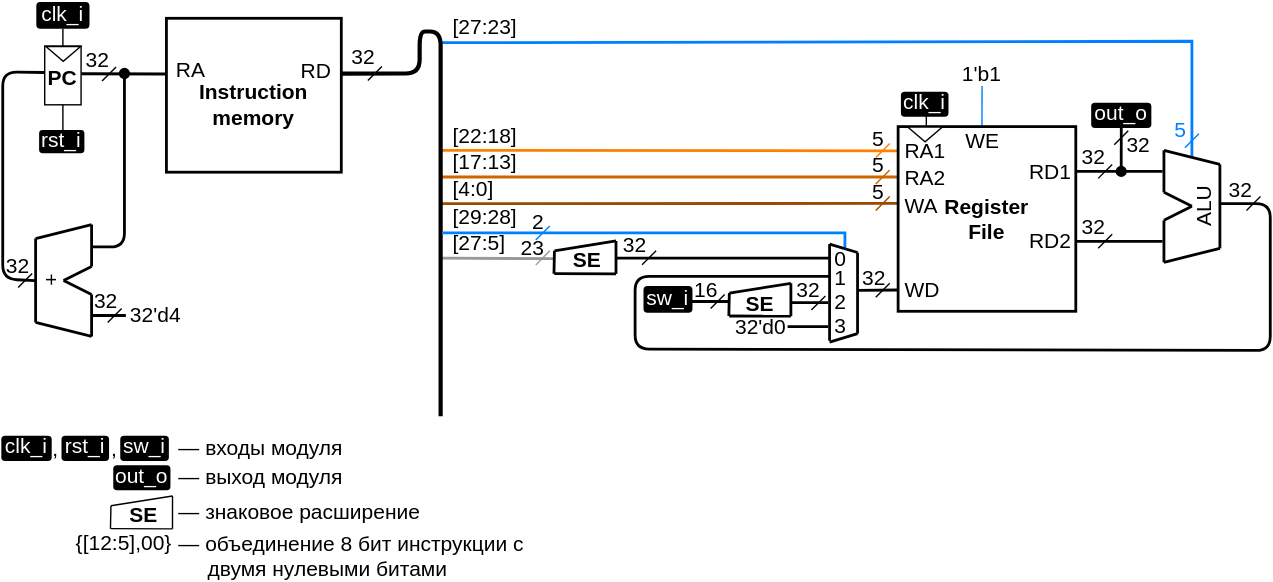
Earlier version of the draw.io export .pic/Labs/lab_04_cybercobra/ppd_3.drawio.svg (MPSU/APS). Source tidied: cells renumbered, new cells last; positions are measured from the earlier drawing's top-left corner, leaving out a move shared by most shapes.
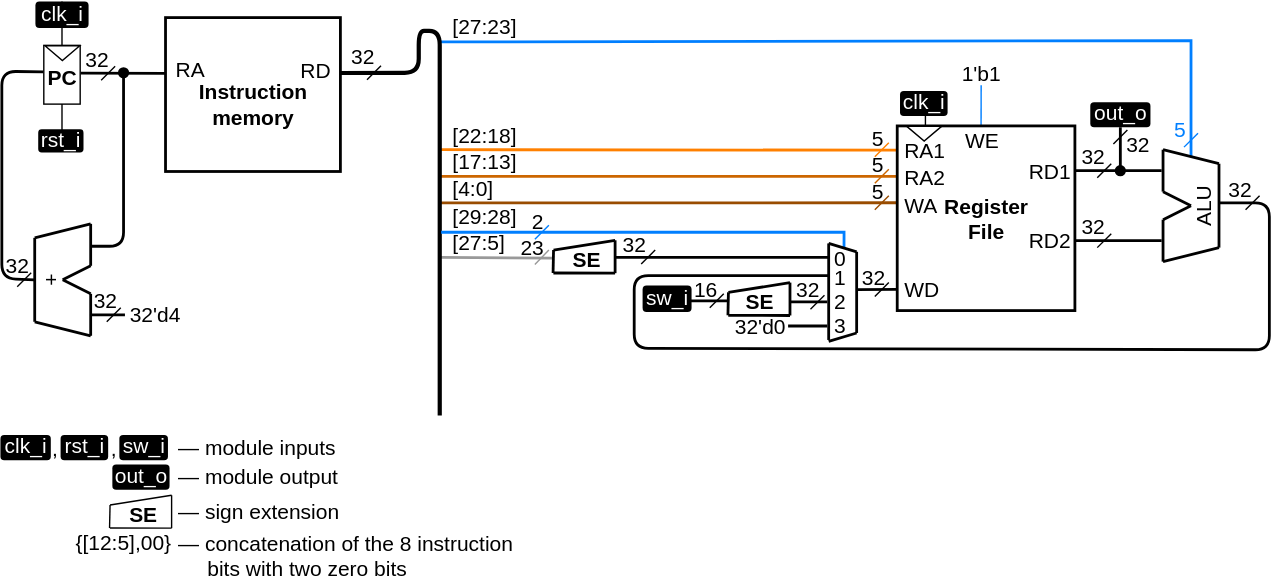
After the commit.

Change to the diagram source:
```diff
@@ -309,13 +309,13 @@
     <mxCell id="66" value="&lt;font style=&quot;font-size: 15px;&quot;&gt;,&lt;/font&gt;" style="text;html=1;strokeColor=none;fillColor=none;align=center;verticalAlign=middle;whiteSpace=wrap;rounded=0;spacing=0;fontSize=15;spacingTop=0;spacingBottom=0;" parent="1" vertex="1">
       <mxGeometry x="75" y="310" width="12" height="18" as="geometry" />
     </mxCell>
-    <mxCell id="67" value="— входы модуля" style="text;html=1;strokeColor=none;fillColor=none;align=left;verticalAlign=middle;whiteSpace=wrap;rounded=0;spacing=0;fontSize=15;" parent="1" vertex="1">
+    <mxCell id="67" value="— module inputs" style="text;html=1;strokeColor=none;fillColor=none;align=left;verticalAlign=middle;whiteSpace=wrap;rounded=0;spacing=0;fontSize=15;" parent="1" vertex="1">
       <mxGeometry x="126.5" y="309" width="126.5" height="18" as="geometry" />
     </mxCell>
     <mxCell id="68" value="&lt;font color=&quot;#ffffff&quot; style=&quot;font-size: 15px;&quot;&gt;out_o&lt;/font&gt;" style="text;html=1;strokeColor=none;fillColor=#000000;align=center;verticalAlign=middle;whiteSpace=wrap;rounded=1;fontSize=15;fontColor=#000000;comic=0;jiggle=0.5;spacingTop=0;spacingBottom=4;" parent="1" vertex="1">
       <mxGeometry x="80" y="331" width="40.9" height="18" as="geometry" />
     </mxCell>
-    <mxCell id="69" value="— выход модуля" style="text;html=1;strokeColor=none;fillColor=none;align=left;verticalAlign=middle;whiteSpace=wrap;rounded=0;spacing=0;fontSize=15;" parent="1" vertex="1">
+    <mxCell id="69" value="— module output" style="text;html=1;strokeColor=none;fillColor=none;align=left;verticalAlign=middle;whiteSpace=wrap;rounded=0;spacing=0;fontSize=15;" parent="1" vertex="1">
       <mxGeometry x="126.5" y="330" width="156.5" height="18" as="geometry" />
     </mxCell>
     <mxCell id="70" style="group;fontSize=15;" parent="1" vertex="1">
@@ -348,13 +348,13 @@
     <mxCell id="75" value="&lt;font style=&quot;font-size: 15px;&quot;&gt;&lt;b style=&quot;font-size: 15px;&quot;&gt;SE&lt;/b&gt;&lt;/font&gt;" style="text;html=1;strokeColor=none;fillColor=none;align=center;verticalAlign=bottom;whiteSpace=wrap;rounded=0;fontSize=15;fontColor=#000000;comic=0;jiggle=0.5;" parent="70" vertex="1">
       <mxGeometry y="1.8" width="48" height="23.5" as="geometry" />
     </mxCell>
-    <mxCell id="76" value="— знаковое расширение" style="text;html=1;strokeColor=none;fillColor=none;align=left;verticalAlign=middle;whiteSpace=wrap;rounded=0;spacing=0;fontSize=15;" parent="1" vertex="1">
+    <mxCell id="76" value="— sign extension" style="text;html=1;strokeColor=none;fillColor=none;align=left;verticalAlign=middle;whiteSpace=wrap;rounded=0;spacing=0;fontSize=15;" parent="1" vertex="1">
       <mxGeometry x="126.5" y="355" width="226.5" height="18" as="geometry" />
     </mxCell>
     <mxCell id="77" value="&lt;font style=&quot;font-size: 15px;&quot;&gt;{[12:5],00}&lt;/font&gt;" style="text;html=1;strokeColor=none;fillColor=none;align=right;verticalAlign=bottom;whiteSpace=wrap;rounded=0;spacing=0;fontSize=15;" parent="1" vertex="1">
       <mxGeometry x="78" y="384" width="44" height="12" as="geometry" />
     </mxCell>
-    <mxCell id="78" value="&lt;div style=&quot;font-size: 15px;&quot;&gt;— объединение 8 бит инструкции с&lt;/div&gt;&lt;div style=&quot;font-size: 15px;&quot;&gt;&amp;nbsp;&amp;nbsp;&amp;nbsp;&amp;nbsp; двумя нулевыми битами&lt;/div&gt;" style="text;html=1;strokeColor=none;fillColor=none;align=left;verticalAlign=middle;whiteSpace=wrap;rounded=0;spacing=0;fontSize=15;" parent="1" vertex="1">
+    <mxCell id="78" value="&lt;div style=&quot;&quot;&gt;—&amp;nbsp;&lt;span style=&quot;background-color: transparent;&quot;&gt;concatenation of the 8 instruction&amp;nbsp; &amp;nbsp; &amp;nbsp; &amp;nbsp; &amp;nbsp;bits with two zero bits&lt;/span&gt;&lt;/div&gt;" style="text;html=1;strokeColor=none;fillColor=none;align=left;verticalAlign=middle;whiteSpace=wrap;rounded=0;spacing=0;fontSize=15;" parent="1" vertex="1">
       <mxGeometry x="126.5" y="387" width="256.5" height="18" as="geometry" />
     </mxCell>
     <mxCell id="79" value="2" style="text;html=1;strokeColor=none;fillColor=none;align=center;verticalAlign=middle;whiteSpace=wrap;rounded=0;fontSize=15;fontColor=#000000;comic=0;jiggle=0.5;" parent="1" vertex="1">
```
